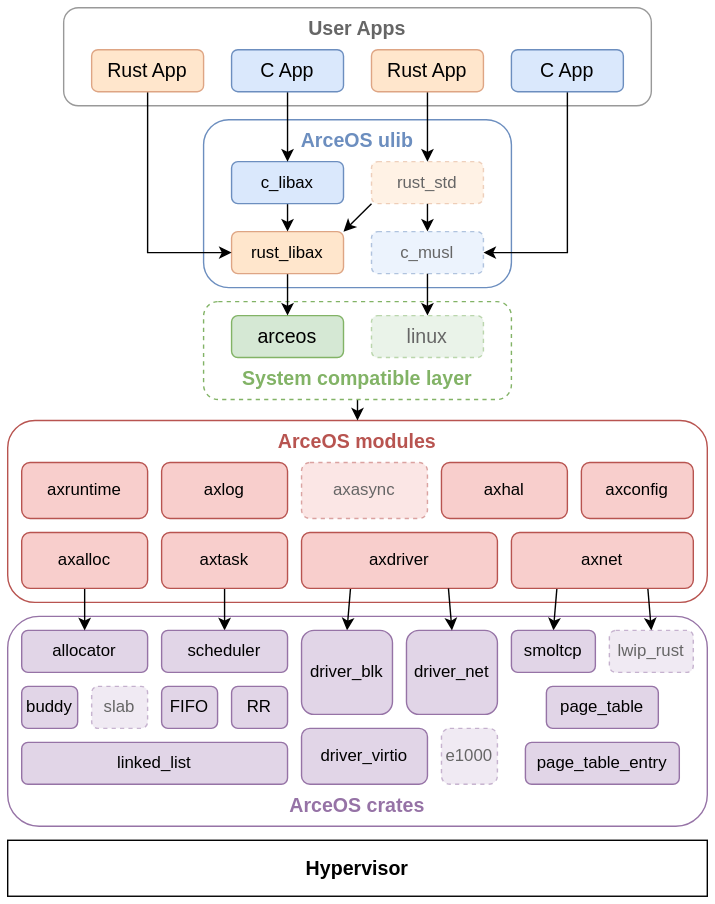
The draw.io diagram figures/ArceOS.svg in Starry-OS/Starry, before a commit. Source tidied: cells renumbered, new cells last; positions are measured from the earlier drawing's top-left corner, leaving out a move shared by most shapes.
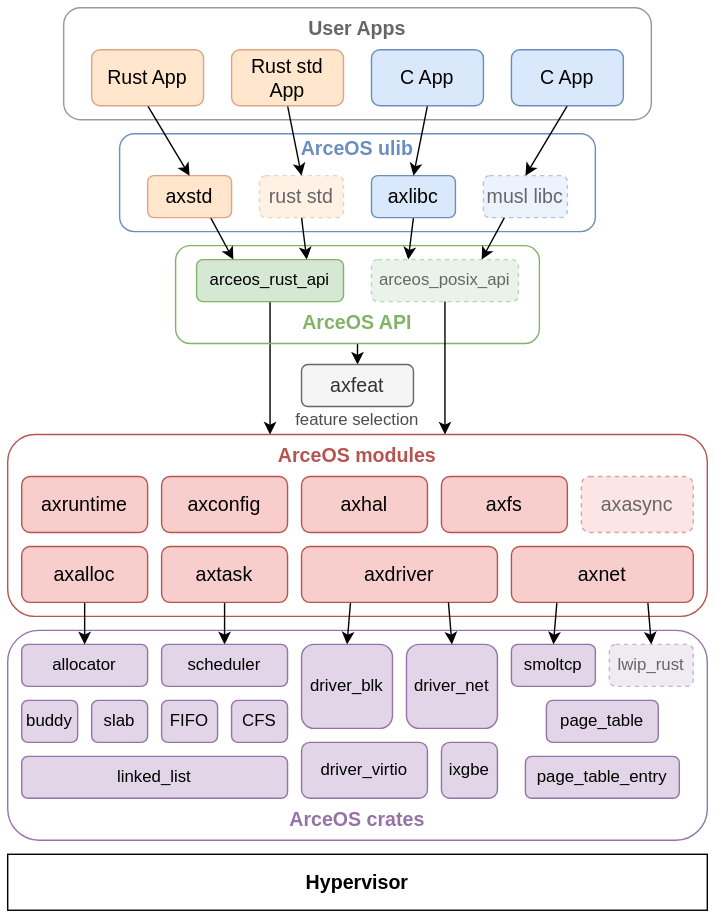
After the commit.

Commit message:
Update architecture diagram

The edit, as a diff of the source:
```diff
@@ -11,3 +11,3 @@
     <mxCell id="4" value="User Apps" style="rounded=1;whiteSpace=wrap;html=1;strokeWidth=1;fontStyle=1;fontSize=14;verticalAlign=top;fillColor=none;strokeColor=#999999;fontColor=#666666;" parent="1" vertex="1">
-      <mxGeometry x="40" width="420" height="70" as="geometry" />
+      <mxGeometry x="40" y="-10" width="420" height="80" as="geometry" />
     </mxCell>
@@ -22,3 +22,3 @@
     </mxCell>
-    <mxCell id="8" value="axnet" style="rounded=1;whiteSpace=wrap;html=1;strokeWidth=1;fillColor=#f8cecc;strokeColor=#b85450;" parent="1" vertex="1">
+    <mxCell id="8" value="axnet" style="rounded=1;whiteSpace=wrap;html=1;strokeWidth=1;fillColor=#f8cecc;strokeColor=#b85450;fontSize=14;" parent="1" vertex="1">
       <mxGeometry x="360" y="375" width="130" height="40" as="geometry" />
@@ -28,13 +28,13 @@
     </mxCell>
-    <mxCell id="10" value="axtask" style="rounded=1;whiteSpace=wrap;html=1;strokeWidth=1;fillColor=#f8cecc;strokeColor=#b85450;" parent="1" vertex="1">
+    <mxCell id="10" value="axtask" style="rounded=1;whiteSpace=wrap;html=1;strokeWidth=1;fillColor=#f8cecc;strokeColor=#b85450;fontSize=14;" parent="1" vertex="1">
       <mxGeometry x="110" y="375" width="90" height="40" as="geometry" />
     </mxCell>
+    <mxCell id="34" value="axconfig" style="rounded=1;whiteSpace=wrap;html=1;strokeWidth=1;fillColor=#f8cecc;strokeColor=#b85450;fontSize=14;" parent="1" vertex="1">
+      <mxGeometry x="110" y="325" width="90" height="40" as="geometry" />
+    </mxCell>
-    <mxCell id="11" value="axruntime" style="rounded=1;whiteSpace=wrap;html=1;strokeWidth=1;fillColor=#f8cecc;strokeColor=#b85450;" parent="1" vertex="1">
+    <mxCell id="11" value="axruntime" style="rounded=1;whiteSpace=wrap;html=1;strokeWidth=1;fillColor=#f8cecc;strokeColor=#b85450;fontSize=14;" parent="1" vertex="1">
       <mxGeometry x="10" y="325" width="90" height="40" as="geometry" />
     </mxCell>
-    <mxCell id="12" value="axlog" style="rounded=1;whiteSpace=wrap;html=1;strokeWidth=1;fillColor=#f8cecc;strokeColor=#b85450;" parent="1" vertex="1">
-      <mxGeometry x="110" y="325" width="90" height="40" as="geometry" />
-    </mxCell>
-    <mxCell id="13" value="axhal" style="rounded=1;whiteSpace=wrap;html=1;strokeWidth=1;fillColor=#f8cecc;strokeColor=#b85450;" parent="1" vertex="1">
-      <mxGeometry x="310" y="325" width="90" height="40" as="geometry" />
+    <mxCell id="13" value="axhal" style="rounded=1;whiteSpace=wrap;html=1;strokeWidth=1;fillColor=#f8cecc;strokeColor=#b85450;fontSize=14;" parent="1" vertex="1">
+      <mxGeometry x="210" y="325" width="90" height="40" as="geometry" />
     </mxCell>
@@ -43,3 +43,3 @@
     </mxCell>
-    <mxCell id="15" value="axdriver" style="rounded=1;whiteSpace=wrap;html=1;strokeWidth=1;fillColor=#f8cecc;strokeColor=#b85450;" parent="1" vertex="1">
+    <mxCell id="15" value="axdriver" style="rounded=1;whiteSpace=wrap;html=1;strokeWidth=1;fillColor=#f8cecc;strokeColor=#b85450;fontSize=14;" parent="1" vertex="1">
       <mxGeometry x="210" y="375" width="140" height="40" as="geometry" />
@@ -52,3 +52,3 @@
     </mxCell>
-    <mxCell id="18" value="axalloc" style="rounded=1;whiteSpace=wrap;html=1;strokeWidth=1;fillColor=#f8cecc;strokeColor=#b85450;" parent="1" vertex="1">
+    <mxCell id="18" value="axalloc" style="rounded=1;whiteSpace=wrap;html=1;strokeWidth=1;fillColor=#f8cecc;strokeColor=#b85450;fontSize=14;" parent="1" vertex="1">
       <mxGeometry x="10" y="375" width="90" height="40" as="geometry" />
@@ -67,4 +67,4 @@
     </mxCell>
-    <mxCell id="23" value="axasync" style="rounded=1;whiteSpace=wrap;html=1;strokeWidth=1;fillColor=#f8cecc;strokeColor=#b85450;dashed=1;opacity=50;fontColor=#666666;" parent="1" vertex="1">
-      <mxGeometry x="210" y="325" width="90" height="40" as="geometry" />
+    <mxCell id="23" value="axasync" style="rounded=1;whiteSpace=wrap;html=1;strokeWidth=1;fillColor=#f8cecc;strokeColor=#b85450;dashed=1;opacity=50;fontColor=#666666;fontSize=14;" parent="1" vertex="1">
+      <mxGeometry x="410" y="325" width="80" height="40" as="geometry" />
     </mxCell>
@@ -76,3 +76,3 @@
     </mxCell>
-    <mxCell id="26" value="slab" style="rounded=1;whiteSpace=wrap;html=1;strokeColor=#9673a6;strokeWidth=1;fillColor=#e1d5e7;dashed=1;opacity=50;fontColor=#666666;" parent="1" vertex="1">
+    <mxCell id="26" value="&lt;font color=&quot;#000000&quot;&gt;slab&lt;/font&gt;" style="rounded=1;whiteSpace=wrap;html=1;strokeColor=#9673a6;strokeWidth=1;fillColor=#e1d5e7;fontColor=#666666;" parent="1" vertex="1">
       <mxGeometry x="60" y="485" width="40" height="30" as="geometry" />
@@ -82,8 +82,8 @@
     </mxCell>
-    <mxCell id="28" value="RR" style="rounded=1;whiteSpace=wrap;html=1;strokeColor=#9673a6;strokeWidth=1;fillColor=#e1d5e7;" parent="1" vertex="1">
-      <mxGeometry x="160" y="485" width="40" height="30" as="geometry" />
-    </mxCell>
-    <mxCell id="29" value="e1000" style="rounded=1;whiteSpace=wrap;html=1;strokeColor=#9673a6;strokeWidth=1;fillColor=#e1d5e7;dashed=1;opacity=50;fontColor=#666666;" parent="1" vertex="1">
-      <mxGeometry x="310" y="515" width="40" height="40" as="geometry" />
-    </mxCell>
+    <mxCell id="60" value="CFS" style="rounded=1;whiteSpace=wrap;html=1;strokeColor=#9673a6;strokeWidth=1;fillColor=#e1d5e7;" parent="1" vertex="1">
+      <mxGeometry x="160" y="485" width="40" height="30" as="geometry" />
+    </mxCell>
+    <mxCell id="61" value="ixgbe" style="rounded=1;whiteSpace=wrap;html=1;strokeColor=#9673a6;strokeWidth=1;fillColor=#e1d5e7;fontColor=#000000;" parent="1" vertex="1">
+      <mxGeometry x="310" y="515" width="40" height="40" as="geometry" />
+    </mxCell>
     <mxCell id="30" value="lwip_rust" style="rounded=1;whiteSpace=wrap;html=1;strokeColor=#9673a6;strokeWidth=1;fillColor=#e1d5e7;dashed=1;opacity=50;fontColor=#666666;" parent="1" vertex="1">
@@ -100,5 +100,5 @@
     </mxCell>
-    <mxCell id="34" value="axconfig" style="rounded=1;whiteSpace=wrap;html=1;strokeWidth=1;fillColor=#f8cecc;strokeColor=#b85450;" parent="1" vertex="1">
-      <mxGeometry x="410" y="325" width="80" height="40" as="geometry" />
-    </mxCell>
+    <mxCell id="62" value="axfs" style="rounded=1;whiteSpace=wrap;html=1;strokeWidth=1;fillColor=#f8cecc;strokeColor=#b85450;fontSize=14;" parent="1" vertex="1">
+      <mxGeometry x="310" y="325" width="90" height="40" as="geometry" />
+    </mxCell>
     <mxCell id="35" value="page_table_entry" style="rounded=1;whiteSpace=wrap;html=1;strokeColor=#9673a6;strokeWidth=1;fillColor=#e1d5e7;" parent="1" vertex="1">
@@ -106,71 +106,65 @@
     </mxCell>
-    <mxCell id="36" style="edgeStyle=none;rounded=0;jettySize=auto;html=1;exitX=0.5;exitY=1;exitDx=0;exitDy=0;entryX=0.5;entryY=0;entryDx=0;entryDy=0;fontSize=14;fontColor=#82B366;fillColor=#f8cecc;strokeColor=#000000;" parent="1" edge="1" source="37" target="2">
-      <mxGeometry relative="1" as="geometry" />
-    </mxCell>
-    <mxCell id="37" value="&lt;font color=&quot;#82b366&quot;&gt;System compatible layer&lt;/font&gt;" style="rounded=1;whiteSpace=wrap;html=1;strokeColor=#82b366;strokeWidth=1;fontSize=14;fillColor=none;verticalAlign=bottom;dashed=1;spacingBottom=4;fontStyle=1;" parent="1" vertex="1">
-      <mxGeometry x="140" y="210" width="220" height="70" as="geometry" />
-    </mxCell>
-    <mxCell id="38" value="linux" style="rounded=1;whiteSpace=wrap;html=1;strokeColor=#82b366;strokeWidth=1;fontSize=14;fillColor=#d5e8d4;opacity=50;dashed=1;fontColor=#666666;" parent="1" vertex="1">
-      <mxGeometry x="260" y="220" width="80" height="30" as="geometry" />
-    </mxCell>
-    <mxCell id="39" value="arceos" style="rounded=1;whiteSpace=wrap;html=1;strokeColor=#82b366;strokeWidth=1;fontSize=14;fillColor=#d5e8d4;" parent="1" vertex="1">
-      <mxGeometry x="160" y="220" width="80" height="30" as="geometry" />
-    </mxCell>
+    <mxCell id="63" style="edgeStyle=none;rounded=0;jettySize=auto;html=1;exitX=0.5;exitY=1;exitDx=0;exitDy=0;entryX=0.375;entryY=0.000;entryDx=0;entryDy=0;fontSize=14;fontColor=#82B366;fillColor=#f8cecc;strokeColor=#000000;entryPerimeter=0;" parent="1" edge="1" source="67" target="2">
+      <mxGeometry relative="1" as="geometry" />
+    </mxCell>
+    <mxCell id="64" style="edgeStyle=orthogonalEdgeStyle;rounded=0;jettySize=auto;html=1;exitX=0.5;exitY=1;exitDx=0;exitDy=0;entryX=0.5;entryY=0;entryDx=0;entryDy=0;" parent="1" edge="1" source="65" target="86">
+      <mxGeometry relative="1" as="geometry" />
+    </mxCell>
+    <mxCell id="65" value="&lt;font color=&quot;#82b366&quot;&gt;ArceOS API&lt;/font&gt;" style="rounded=1;whiteSpace=wrap;html=1;strokeColor=#82b366;strokeWidth=1;fontSize=14;fillColor=none;verticalAlign=bottom;spacingBottom=4;fontStyle=1;" parent="1" vertex="1">
+      <mxGeometry x="120" y="160" width="260" height="70" as="geometry" />
+    </mxCell>
+    <mxCell id="66" value="&lt;font style=&quot;font-size: 12px;&quot;&gt;arceos_posix_api&lt;/font&gt;" style="rounded=1;whiteSpace=wrap;html=1;strokeColor=#82b366;strokeWidth=1;fontSize=12;fillColor=#d5e8d4;fontColor=#666666;dashed=1;opacity=50;" parent="1" vertex="1">
+      <mxGeometry x="260" y="170" width="105" height="30" as="geometry" />
+    </mxCell>
+    <mxCell id="67" value="&lt;font color=&quot;#000000&quot; style=&quot;font-size: 12px;&quot;&gt;arceos_rust_api&lt;/font&gt;" style="rounded=1;whiteSpace=wrap;html=1;strokeColor=#82b366;strokeWidth=1;fontSize=12;fillColor=#d5e8d4;fontColor=#666666;" parent="1" vertex="1">
+      <mxGeometry x="135" y="170" width="105" height="30" as="geometry" />
+    </mxCell>
-    <mxCell id="40" value="&lt;font color=&quot;#6c8ebf&quot;&gt;ArceOS ulib&lt;/font&gt;" style="rounded=1;whiteSpace=wrap;html=1;fillColor=none;strokeColor=#6c8ebf;strokeWidth=1;fontStyle=1;fontSize=14;verticalAlign=top;" parent="1" vertex="1">
-      <mxGeometry x="140" y="80" width="220" height="120" as="geometry" />
+    <mxCell id="40" value="&lt;font color=&quot;#6c8ebf&quot;&gt;ArceOS ulib&lt;/font&gt;" style="rounded=1;whiteSpace=wrap;html=1;fillColor=none;strokeColor=#6c8ebf;strokeWidth=1;fontStyle=1;fontSize=14;verticalAlign=top;spacingTop=-4;" parent="1" vertex="1">
+      <mxGeometry x="80" y="80" width="340" height="70" as="geometry" />
     </mxCell>
-    <mxCell id="41" style="edgeStyle=none;rounded=0;jettySize=auto;html=1;exitX=0.5;exitY=1;exitDx=0;exitDy=0;entryX=0.5;entryY=0;entryDx=0;entryDy=0;fontSize=14;fontColor=#82B366;" parent="1" edge="1" source="42" target="39">
-      <mxGeometry relative="1" as="geometry" />
-    </mxCell>
-    <mxCell id="42" value="rust_libax" style="rounded=1;whiteSpace=wrap;html=1;fillColor=#FFE6CC;strokeColor=#DEA584;strokeWidth=1;" parent="1" vertex="1">
-      <mxGeometry x="160" y="160" width="80" height="30" as="geometry" />
-    </mxCell>
-    <mxCell id="43" style="edgeStyle=none;rounded=0;jettySize=auto;html=1;exitX=0.5;exitY=1;exitDx=0;exitDy=0;entryX=0.5;entryY=0;entryDx=0;entryDy=0;fontSize=14;fontColor=#82B366;" parent="1" edge="1" source="44" target="42">
-      <mxGeometry relative="1" as="geometry" />
-    </mxCell>
-    <mxCell id="44" value="c_libax" style="rounded=1;whiteSpace=wrap;html=1;fillColor=#dae8fc;strokeColor=#6c8ebf;strokeWidth=1;" parent="1" vertex="1">
-      <mxGeometry x="160" y="110" width="80" height="30" as="geometry" />
-    </mxCell>
-    <mxCell id="45" style="edgeStyle=none;rounded=0;jettySize=auto;html=1;exitX=0.5;exitY=1;exitDx=0;exitDy=0;entryX=0.5;entryY=0;entryDx=0;entryDy=0;fontSize=14;fontColor=#82B366;" parent="1" edge="1" source="46" target="38">
-      <mxGeometry relative="1" as="geometry" />
-    </mxCell>
-    <mxCell id="46" value="c_musl" style="rounded=1;whiteSpace=wrap;html=1;fillColor=#dae8fc;strokeColor=#6c8ebf;strokeWidth=1;fontColor=#666666;opacity=50;dashed=1;" parent="1" vertex="1">
-      <mxGeometry x="260" y="160" width="80" height="30" as="geometry" />
-    </mxCell>
-    <mxCell id="47" style="edgeStyle=none;rounded=0;jettySize=auto;html=1;exitX=0.5;exitY=1;exitDx=0;exitDy=0;entryX=0.5;entryY=0;entryDx=0;entryDy=0;fontSize=14;fontColor=#82B366;" parent="1" edge="1" source="49" target="46">
-      <mxGeometry relative="1" as="geometry" />
-    </mxCell>
-    <mxCell id="48" style="rounded=0;jettySize=auto;html=1;exitX=0;exitY=1;exitDx=0;exitDy=0;entryX=1;entryY=0;entryDx=0;entryDy=0;" parent="1" edge="1" source="49" target="42">
-      <mxGeometry relative="1" as="geometry" />
-    </mxCell>
-    <mxCell id="49" value="rust_std" style="rounded=1;whiteSpace=wrap;html=1;fillColor=#FFE6CC;strokeColor=#DEA584;strokeWidth=1;fontColor=#666666;opacity=50;dashed=1;" parent="1" vertex="1">
-      <mxGeometry x="260" y="110" width="80" height="30" as="geometry" />
-    </mxCell>
-    <mxCell id="50" style="edgeStyle=none;rounded=0;orthogonalLoop=1;jettySize=auto;html=1;exitX=0.5;exitY=1;exitDx=0;exitDy=0;fontSize=14;fontColor=#F57F10;" parent="1" edge="1" source="49" target="49">
-      <mxGeometry relative="1" as="geometry" />
-    </mxCell>
-    <mxCell id="51" style="edgeStyle=orthogonalEdgeStyle;rounded=0;jettySize=auto;html=1;exitX=0.5;exitY=1;exitDx=0;exitDy=0;entryX=0;entryY=0.5;entryDx=0;entryDy=0;fontSize=14;fontColor=#82B366;" parent="1" edge="1" source="52" target="42">
-      <mxGeometry relative="1" as="geometry" />
-    </mxCell>
-    <mxCell id="52" value="Rust App" style="rounded=1;whiteSpace=wrap;html=1;strokeWidth=1;fontSize=14;fillColor=#FFE6CC;strokeColor=#DEA584;" parent="1" vertex="1">
-      <mxGeometry x="60" y="30" width="80" height="30" as="geometry" />
-    </mxCell>
-    <mxCell id="53" style="edgeStyle=orthogonalEdgeStyle;rounded=0;jettySize=auto;html=1;exitX=0.5;exitY=1;exitDx=0;exitDy=0;entryX=0.5;entryY=0;entryDx=0;entryDy=0;fontSize=14;fontColor=#82B366;" parent="1" edge="1" source="54" target="44">
-      <mxGeometry relative="1" as="geometry" />
-    </mxCell>
-    <mxCell id="54" value="C App" style="rounded=1;whiteSpace=wrap;html=1;strokeWidth=1;fontSize=14;fillColor=#dae8fc;strokeColor=#6c8ebf;" parent="1" vertex="1">
-      <mxGeometry x="160" y="30" width="80" height="30" as="geometry" />
-    </mxCell>
-    <mxCell id="55" style="edgeStyle=orthogonalEdgeStyle;rounded=0;jettySize=auto;html=1;exitX=0.5;exitY=1;exitDx=0;exitDy=0;entryX=0.5;entryY=0;entryDx=0;entryDy=0;fontSize=14;fontColor=#82B366;" parent="1" edge="1" source="56" target="49">
-      <mxGeometry relative="1" as="geometry" />
-    </mxCell>
-    <mxCell id="56" value="Rust App" style="rounded=1;whiteSpace=wrap;html=1;strokeWidth=1;fontSize=14;fillColor=#FFE6CC;strokeColor=#DEA584;" parent="1" vertex="1">
-      <mxGeometry x="260" y="30" width="80" height="30" as="geometry" />
-    </mxCell>
-    <mxCell id="57" style="edgeStyle=orthogonalEdgeStyle;rounded=0;jettySize=auto;html=1;exitX=0.5;exitY=1;exitDx=0;exitDy=0;entryX=1;entryY=0.5;entryDx=0;entryDy=0;fontSize=14;fontColor=#82B366;" parent="1" edge="1" source="58" target="46">
-      <mxGeometry relative="1" as="geometry" />
-    </mxCell>
-    <mxCell id="58" value="C App" style="rounded=1;whiteSpace=wrap;html=1;strokeWidth=1;fontSize=14;fillColor=#dae8fc;strokeColor=#6c8ebf;" parent="1" vertex="1">
-      <mxGeometry x="360" y="30" width="80" height="30" as="geometry" />
-    </mxCell>
+    <mxCell id="68" style="rounded=0;jettySize=auto;html=1;exitX=0.75;exitY=1;exitDx=0;exitDy=0;entryX=0.25;entryY=0;entryDx=0;entryDy=0;" parent="1" edge="1" source="69" target="67">
+      <mxGeometry relative="1" as="geometry" />
+    </mxCell>
+    <mxCell id="69" value="axstd" style="rounded=1;whiteSpace=wrap;html=1;fillColor=#FFE6CC;strokeColor=#DEA584;strokeWidth=1;fontSize=14;" parent="1" vertex="1">
+      <mxGeometry x="100" y="110" width="60" height="30" as="geometry" />
+    </mxCell>
+    <mxCell id="70" style="edgeStyle=none;rounded=0;jettySize=auto;html=1;exitX=0.5;exitY=1;exitDx=0;exitDy=0;entryX=0.25;entryY=0;entryDx=0;entryDy=0;fontSize=14;fontColor=#82B366;" parent="1" edge="1" source="71" target="66">
+      <mxGeometry relative="1" as="geometry" />
+    </mxCell>
+    <mxCell id="71" value="&lt;font color=&quot;#000000&quot; style=&quot;font-size: 14px;&quot;&gt;axlibc&lt;/font&gt;" style="rounded=1;whiteSpace=wrap;html=1;fillColor=#dae8fc;strokeColor=#6c8ebf;strokeWidth=1;fontColor=#666666;fontSize=14;" parent="1" vertex="1">
+      <mxGeometry x="260" y="110" width="60" height="30" as="geometry" />
+    </mxCell>
+    <mxCell id="72" style="rounded=0;jettySize=auto;html=1;exitX=0.5;exitY=1;exitDx=0;exitDy=0;entryX=0.75;entryY=0;entryDx=0;entryDy=0;" parent="1" edge="1" source="73" target="67">
+      <mxGeometry relative="1" as="geometry" />
+    </mxCell>
+    <mxCell id="73" value="rust std" style="rounded=1;whiteSpace=wrap;html=1;fillColor=#FFE6CC;strokeColor=#DEA584;strokeWidth=1;fontColor=#666666;opacity=50;dashed=1;fontSize=14;" parent="1" vertex="1">
+      <mxGeometry x="180" y="110" width="60" height="30" as="geometry" />
+    </mxCell>
+    <mxCell id="74" style="edgeStyle=none;rounded=0;orthogonalLoop=1;jettySize=auto;html=1;exitX=0.5;exitY=1;exitDx=0;exitDy=0;fontSize=14;fontColor=#F57F10;" parent="1" edge="1" source="73" target="73">
+      <mxGeometry relative="1" as="geometry" />
+    </mxCell>
+    <mxCell id="75" style="rounded=0;jettySize=auto;html=1;exitX=0.5;exitY=1;exitDx=0;exitDy=0;entryX=0.5;entryY=0;entryDx=0;entryDy=0;" parent="1" edge="1" source="76" target="69">
+      <mxGeometry relative="1" as="geometry" />
+    </mxCell>
+    <mxCell id="76" value="Rust App" style="rounded=1;whiteSpace=wrap;html=1;strokeWidth=1;fontSize=14;fillColor=#FFE6CC;strokeColor=#DEA584;" parent="1" vertex="1">
+      <mxGeometry x="60" y="20" width="80" height="40" as="geometry" />
+    </mxCell>
+    <mxCell id="77" style="rounded=0;jettySize=auto;html=1;exitX=0.5;exitY=1;exitDx=0;exitDy=0;entryX=0.5;entryY=0;entryDx=0;entryDy=0;" parent="1" edge="1" source="78" target="84">
+      <mxGeometry relative="1" as="geometry" />
+    </mxCell>
+    <mxCell id="78" value="C App" style="rounded=1;whiteSpace=wrap;html=1;strokeWidth=1;fontSize=14;fillColor=#dae8fc;strokeColor=#6c8ebf;" parent="1" vertex="1">
+      <mxGeometry x="360" y="20" width="80" height="40" as="geometry" />
+    </mxCell>
+    <mxCell id="79" style="rounded=0;jettySize=auto;html=1;exitX=0.5;exitY=1;exitDx=0;exitDy=0;entryX=0.5;entryY=0;entryDx=0;entryDy=0;" parent="1" edge="1" source="80" target="73">
+      <mxGeometry relative="1" as="geometry" />
+    </mxCell>
+    <mxCell id="80" value="Rust std App" style="rounded=1;whiteSpace=wrap;html=1;strokeWidth=1;fontSize=14;fillColor=#FFE6CC;strokeColor=#DEA584;" parent="1" vertex="1">
+      <mxGeometry x="160" y="20" width="80" height="40" as="geometry" />
+    </mxCell>
+    <mxCell id="81" style="rounded=0;jettySize=auto;html=1;exitX=0.5;exitY=1;exitDx=0;exitDy=0;entryX=0.5;entryY=0;entryDx=0;entryDy=0;" parent="1" edge="1" source="82" target="71">
+      <mxGeometry relative="1" as="geometry" />
+    </mxCell>
+    <mxCell id="82" value="C App" style="rounded=1;whiteSpace=wrap;html=1;strokeWidth=1;fontSize=14;fillColor=#dae8fc;strokeColor=#6c8ebf;" parent="1" vertex="1">
+      <mxGeometry x="260" y="20" width="80" height="40" as="geometry" />
+    </mxCell>
     <mxCell id="59" style="edgeStyle=none;rounded=0;jettySize=auto;html=1;exitX=0.75;exitY=1;exitDx=0;exitDy=0;entryX=0.5;entryY=0;entryDx=0;entryDy=0;fontSize=14;fontColor=#B89C4A;fillColor=#f8cecc;strokeColor=#000000;" parent="1" edge="1" source="15" target="33">
@@ -178,2 +172,17 @@
     </mxCell>
+    <mxCell id="83" style="rounded=0;jettySize=auto;html=1;entryX=0.75;entryY=0;entryDx=0;entryDy=0;exitX=0.25;exitY=1;exitDx=0;exitDy=0;" parent="1" edge="1" source="84" target="66">
+      <mxGeometry relative="1" as="geometry" />
+    </mxCell>
+    <mxCell id="84" value="musl libc" style="rounded=1;whiteSpace=wrap;html=1;fillColor=#dae8fc;strokeColor=#6c8ebf;strokeWidth=1;fontColor=#666666;opacity=50;dashed=1;fontSize=14;" parent="1" vertex="1">
+      <mxGeometry x="340" y="110" width="60" height="30" as="geometry" />
+    </mxCell>
+    <mxCell id="85" style="edgeStyle=none;rounded=0;jettySize=auto;html=1;entryX=0.625;entryY=0.00;entryDx=0;entryDy=0;fontSize=14;fontColor=#82B366;fillColor=#f8cecc;strokeColor=#000000;entryPerimeter=0;exitX=0.5;exitY=1;exitDx=0;exitDy=0;" parent="1" edge="1" source="66" target="2">
+      <mxGeometry relative="1" as="geometry" />
+    </mxCell>
+    <mxCell id="86" value="&lt;font style=&quot;font-size: 14px;&quot;&gt;axfeat&lt;/font&gt;" style="rounded=1;whiteSpace=wrap;html=1;strokeWidth=1;fontSize=14;fillColor=#f5f5f5;fontColor=#333333;strokeColor=#666666;" parent="1" vertex="1">
+      <mxGeometry x="210" y="245" width="80" height="30" as="geometry" />
+    </mxCell>
+    <mxCell id="87" value="feature selection" style="text;html=1;strokeColor=none;fillColor=none;align=center;verticalAlign=middle;whiteSpace=wrap;rounded=0;fontColor=#4D4D4D;" parent="1" vertex="1">
+      <mxGeometry x="200" y="275" width="100" height="20" as="geometry" />
+    </mxCell>
   </root>
```
